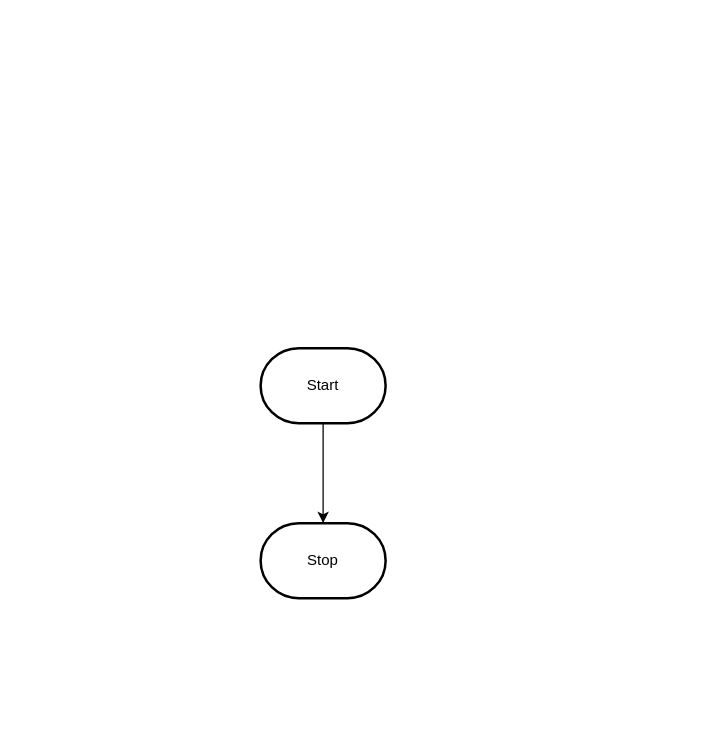
The draw.io diagram design/flowchart.drawio in MTHS-ICD2O-1-2023/ICD2O-Unit-3-04-George-Khalil-29, before the edit. Source tidied: cells renumbered, new cells numbered last; positions are measured from the earlier drawing's top-left corner, leaving out a move shared by most shapes. Both pictures are drawn from the tidied source at 125%, with x=0, y=0 at pixel (260, 348).
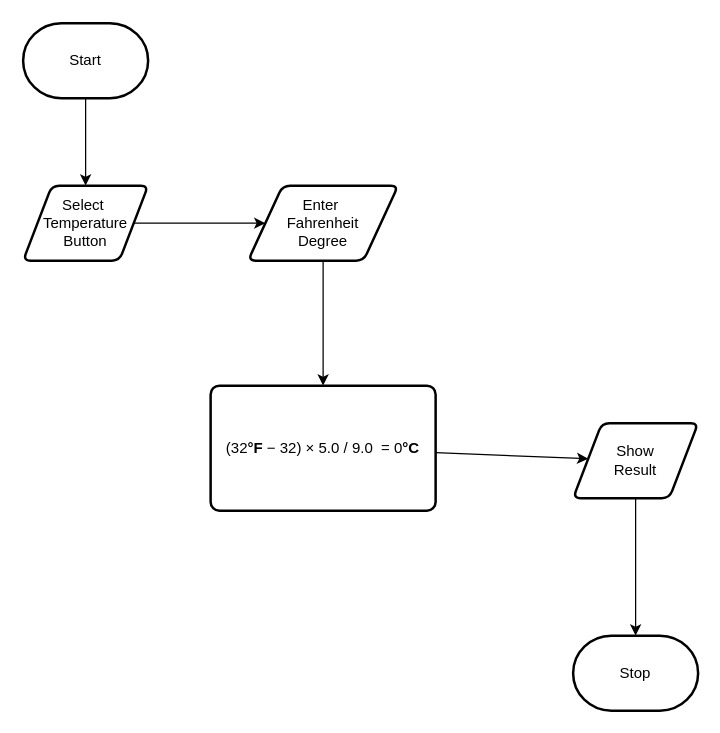
Above is the later version.

Change to the diagram source:
```diff
@@
 <mxGraphModel>
   <root>
     <mxCell id="0" />
     <mxCell id="1" parent="0" />
-    <mxCell id="2" style="edgeStyle=orthogonalEdgeStyle;html=1;rounded=0;" parent="1" edge="1" source="3" target="4">
-      <mxGeometry relative="1" as="geometry" />
-    </mxCell>
+    <mxCell id="5" style="edgeStyle=none;html=1;" parent="1" edge="1" source="3" target="7">
+      <mxGeometry relative="1" as="geometry" />
+    </mxCell>
     <mxCell id="3" value="Start" style="strokeWidth=2;html=1;shape=mxgraph.flowchart.terminator;whiteSpace=wrap;" parent="1" vertex="1">
-      <mxGeometry width="100" height="60" as="geometry" />
+      <mxGeometry x="-190" y="-260" width="100" height="60" as="geometry" />
     </mxCell>
     <mxCell id="4" value="Stop" style="strokeWidth=2;html=1;shape=mxgraph.flowchart.terminator;whiteSpace=wrap;" parent="1" vertex="1">
-      <mxGeometry y="140" width="100" height="60" as="geometry" />
+      <mxGeometry x="250" y="230" width="100" height="60" as="geometry" />
     </mxCell>
+    <mxCell id="6" style="edgeStyle=none;html=1;" parent="1" edge="1" source="7" target="9">
+      <mxGeometry relative="1" as="geometry" />
+    </mxCell>
+    <mxCell id="7" value="Select&amp;nbsp;&lt;br&gt;Temperature&lt;br&gt;Button" style="shape=parallelogram;html=1;strokeWidth=2;perimeter=parallelogramPerimeter;whiteSpace=wrap;rounded=1;arcSize=12;size=0.23;" parent="1" vertex="1">
+      <mxGeometry x="-190" y="-130" width="100" height="60" as="geometry" />
+    </mxCell>
+    <mxCell id="8" style="edgeStyle=none;html=1;" parent="1" edge="1" source="9">
+      <mxGeometry relative="1" as="geometry">
+        <mxPoint x="50" y="30" as="targetPoint" />
+      </mxGeometry>
+    </mxCell>
+    <mxCell id="9" value="Enter&amp;nbsp;&lt;br&gt;Fahrenheit&lt;br&gt;Degree" style="shape=parallelogram;html=1;strokeWidth=2;perimeter=parallelogramPerimeter;whiteSpace=wrap;rounded=1;arcSize=12;size=0.23;" parent="1" vertex="1">
+      <mxGeometry x="-10" y="-130" width="120" height="60" as="geometry" />
+    </mxCell>
+    <mxCell id="10" style="edgeStyle=none;html=1;" parent="1" edge="1" source="11" target="13">
+      <mxGeometry relative="1" as="geometry" />
+    </mxCell>
+    <mxCell id="11" value="&lt;div style=&quot;margin-bottom: 2px; padding: 2.5px 3px 1.5px;&quot; class=&quot;bjhkR&quot;&gt;(32&lt;b&gt;°F&lt;/b&gt;&amp;nbsp;− 32) × 5.0 / 9.0&amp;nbsp; = 0&lt;b&gt;°C&lt;/b&gt;&lt;/div&gt;" style="rounded=1;whiteSpace=wrap;html=1;absoluteArcSize=1;arcSize=14;strokeWidth=2;" parent="1" vertex="1">
+      <mxGeometry x="-40" y="30" width="180" height="100" as="geometry" />
+    </mxCell>
+    <mxCell id="12" style="edgeStyle=none;html=1;" parent="1" edge="1" source="13" target="4">
+      <mxGeometry relative="1" as="geometry" />
+    </mxCell>
+    <mxCell id="13" value="Show&lt;br&gt;Result" style="shape=parallelogram;html=1;strokeWidth=2;perimeter=parallelogramPerimeter;whiteSpace=wrap;rounded=1;arcSize=12;size=0.23;" parent="1" vertex="1">
+      <mxGeometry x="250" y="60" width="100" height="60" as="geometry" />
+    </mxCell>
   </root>
 </mxGraphModel>
```
